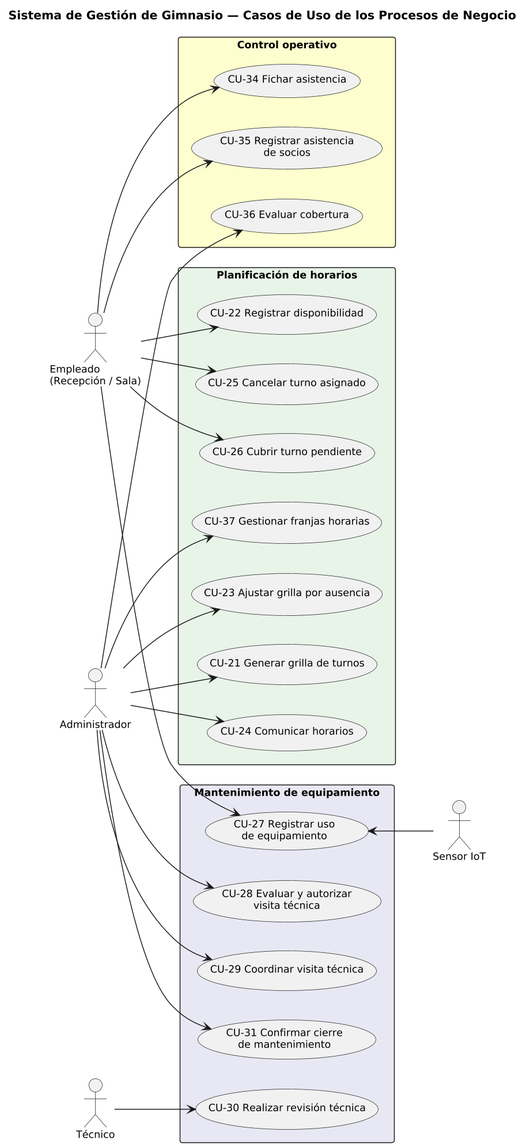
Above: DIAGRAMAS/DiagramaCasosDeUso_Negocio.png in Urrels/ingenieria_software (PlantUML), before the change.
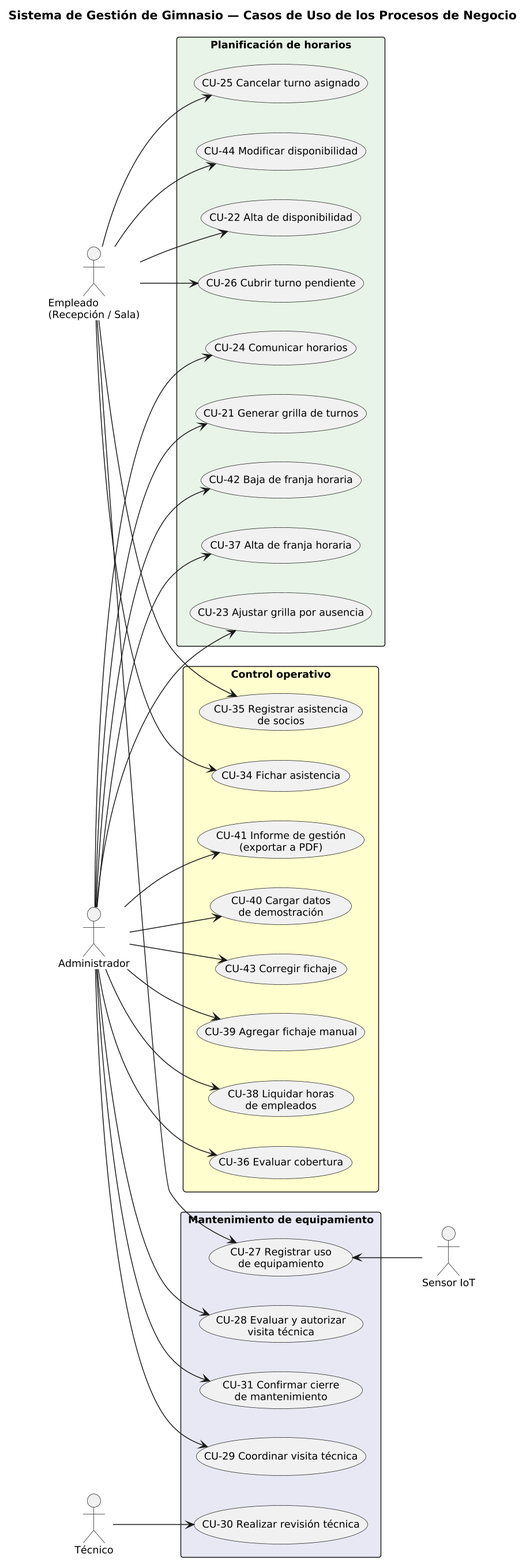
The same diagram one commit later.

The edit, as a diff of the source:
```diff
@@ -15,8 +15,10 @@
 actor "Sensor IoT" as SI
 
 rectangle "Planificación de horarios" #E8F4E8 {
-  usecase "CU-37 Gestionar franjas horarias" as CU37
-  usecase "CU-22 Registrar disponibilidad" as CU22
+  usecase "CU-37 Alta de franja horaria" as CU37
+  usecase "CU-42 Baja de franja horaria" as CU42
+  usecase "CU-22 Alta de disponibilidad" as CU22
+  usecase "CU-44 Modificar disponibilidad" as CU44
   usecase "CU-21 Generar grilla de turnos" as CU21
   usecase "CU-24 Comunicar horarios" as CU24
   usecase "CU-23 Ajustar grilla por ausencia" as CU23
@@ -28,6 +30,11 @@
   usecase "CU-34 Fichar asistencia" as CU34
   usecase "CU-35 Registrar asistencia\nde socios" as CU35
   usecase "CU-36 Evaluar cobertura" as CU36
+  usecase "CU-38 Liquidar horas\nde empleados" as CU38
+  usecase "CU-39 Agregar fichaje manual" as CU39
+  usecase "CU-43 Corregir fichaje" as CU43
+  usecase "CU-40 Cargar datos\nde demostración" as CU40
+  usecase "CU-41 Informe de gestión\n(exportar a PDF)" as CU41
 }
 
 rectangle "Mantenimiento de equipamiento" #E8E8F4 {
@@ -39,14 +46,21 @@
 }
 
 A --> CU37
+A --> CU42
 A --> CU21
 A --> CU24
 A --> CU23
 A --> CU36
+A --> CU38
+A --> CU39
+A --> CU43
+A --> CU40
+A --> CU41
 A --> CU28
 A --> CU29
 A --> CU31
 E --> CU22
+E --> CU44
 E --> CU25
 E --> CU26
 E --> CU34
```
